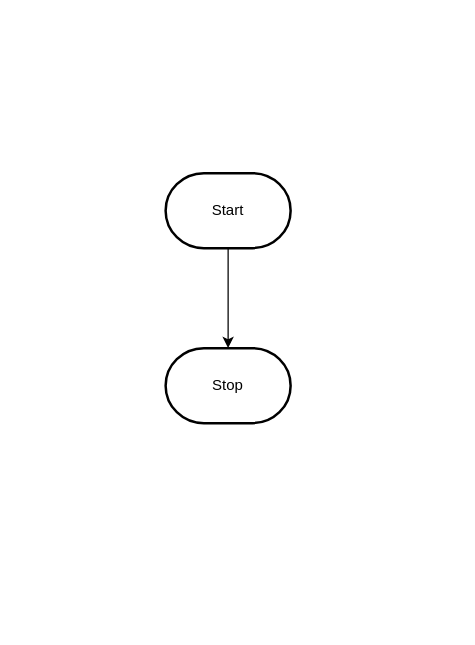
The draw.io diagram design/flowchart.drawio in MTHS-ICD2O-1-2023/ICD2O-Unit-3-02-yoochan-han, before the edit. Source tidied: cells renumbered, new cells numbered last; positions are measured from the earlier drawing's top-left corner, leaving out a move shared by most shapes. Both pictures are drawn from the tidied source at 125%, with x=0, y=0 at pixel (165, 172).
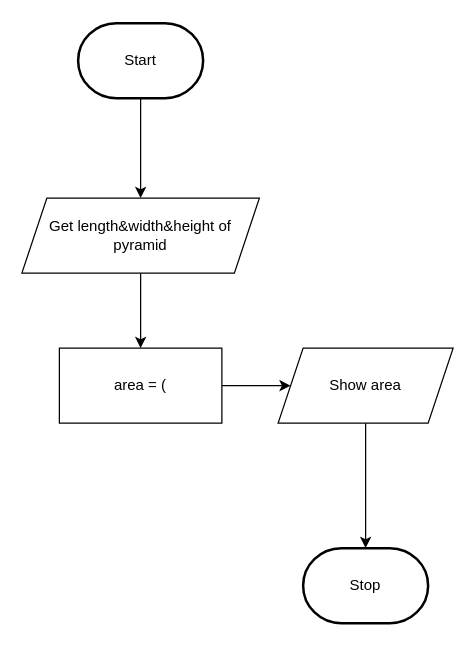
The same page after the edit.

Change to the diagram source:
```diff
@@
 <mxGraphModel>
   <root>
     <mxCell id="0" />
     <mxCell id="1" parent="0" />
-    <mxCell id="2" style="edgeStyle=orthogonalEdgeStyle;html=1;rounded=0;" parent="1" edge="1" source="3" target="4">
-      <mxGeometry relative="1" as="geometry" />
-    </mxCell>
+    <mxCell id="5" style="edgeStyle=none;html=1;" parent="1" edge="1" source="3" target="7">
+      <mxGeometry relative="1" as="geometry" />
+    </mxCell>
     <mxCell id="3" value="Start" style="strokeWidth=2;html=1;shape=mxgraph.flowchart.terminator;whiteSpace=wrap;" parent="1" vertex="1">
-      <mxGeometry width="100" height="60" as="geometry" />
+      <mxGeometry x="-70" y="-120" width="100" height="60" as="geometry" />
     </mxCell>
     <mxCell id="4" value="Stop" style="strokeWidth=2;html=1;shape=mxgraph.flowchart.terminator;whiteSpace=wrap;" parent="1" vertex="1">
-      <mxGeometry y="140" width="100" height="60" as="geometry" />
+      <mxGeometry x="110" y="300" width="100" height="60" as="geometry" />
     </mxCell>
+    <mxCell id="6" style="edgeStyle=none;html=1;" parent="1" edge="1" source="7" target="9">
+      <mxGeometry relative="1" as="geometry" />
+    </mxCell>
+    <mxCell id="7" value="Get length&amp;amp;width&amp;amp;height of pyramid" style="shape=parallelogram;perimeter=parallelogramPerimeter;whiteSpace=wrap;html=1;fixedSize=1;" parent="1" vertex="1">
+      <mxGeometry x="-115" y="20" width="190" height="60" as="geometry" />
+    </mxCell>
+    <mxCell id="8" style="edgeStyle=none;html=1;" parent="1" edge="1" source="9" target="11">
+      <mxGeometry relative="1" as="geometry" />
+    </mxCell>
+    <mxCell id="9" value="area = (" style="rounded=0;whiteSpace=wrap;html=1;" parent="1" vertex="1">
+      <mxGeometry x="-85" y="140" width="130" height="60" as="geometry" />
+    </mxCell>
+    <mxCell id="10" style="edgeStyle=none;html=1;entryX=0.5;entryY=0;entryDx=0;entryDy=0;entryPerimeter=0;" parent="1" edge="1" source="11" target="4">
+      <mxGeometry relative="1" as="geometry" />
+    </mxCell>
+    <mxCell id="11" value="Show area" style="shape=parallelogram;perimeter=parallelogramPerimeter;whiteSpace=wrap;html=1;fixedSize=1;" parent="1" vertex="1">
+      <mxGeometry x="90" y="140" width="140" height="60" as="geometry" />
+    </mxCell>
   </root>
 </mxGraphModel>
```
